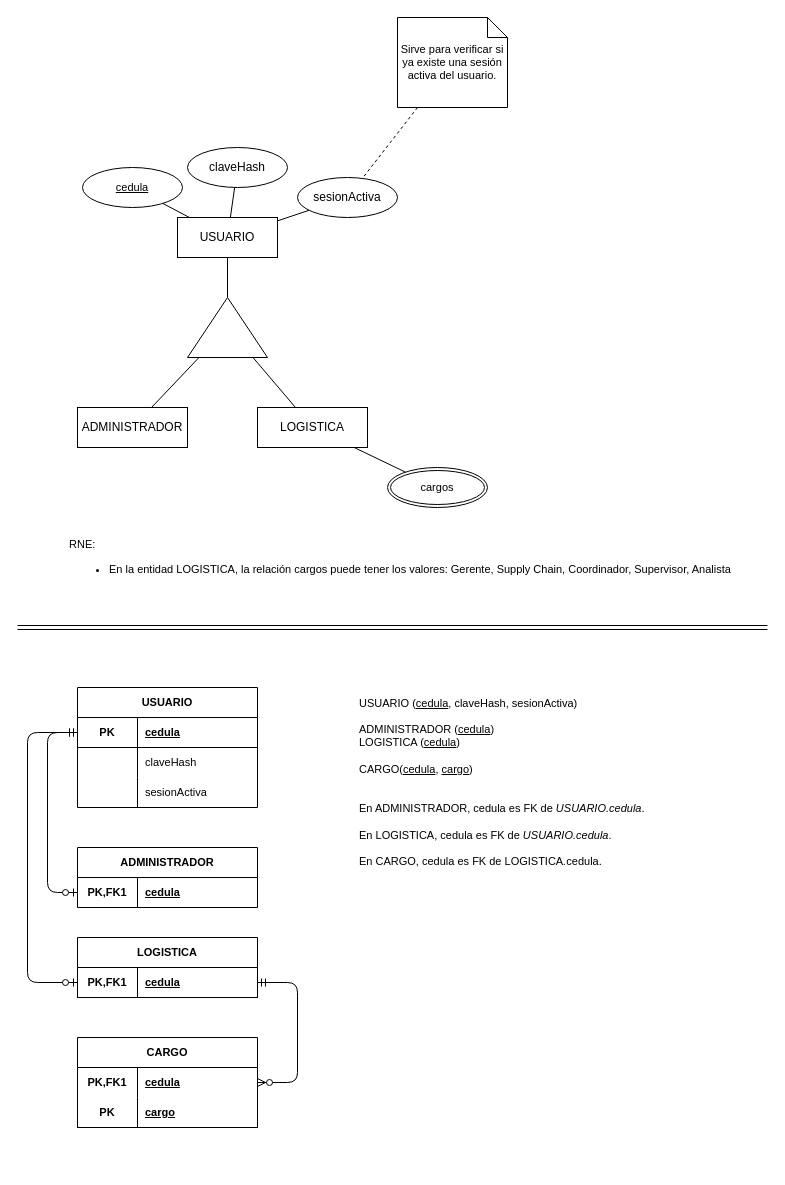
Above: docs/persistencia/login.drawio in sideW-Nico/sistema-elvis-tek (draw.io), before the change. Source tidied: cells renumbered, new cells numbered last; positions are measured from the earlier drawing's top-left corner, leaving out a move shared by most shapes. Both pictures are drawn from the tidied source at 100%, with x=0, y=0 at pixel (17, 17).
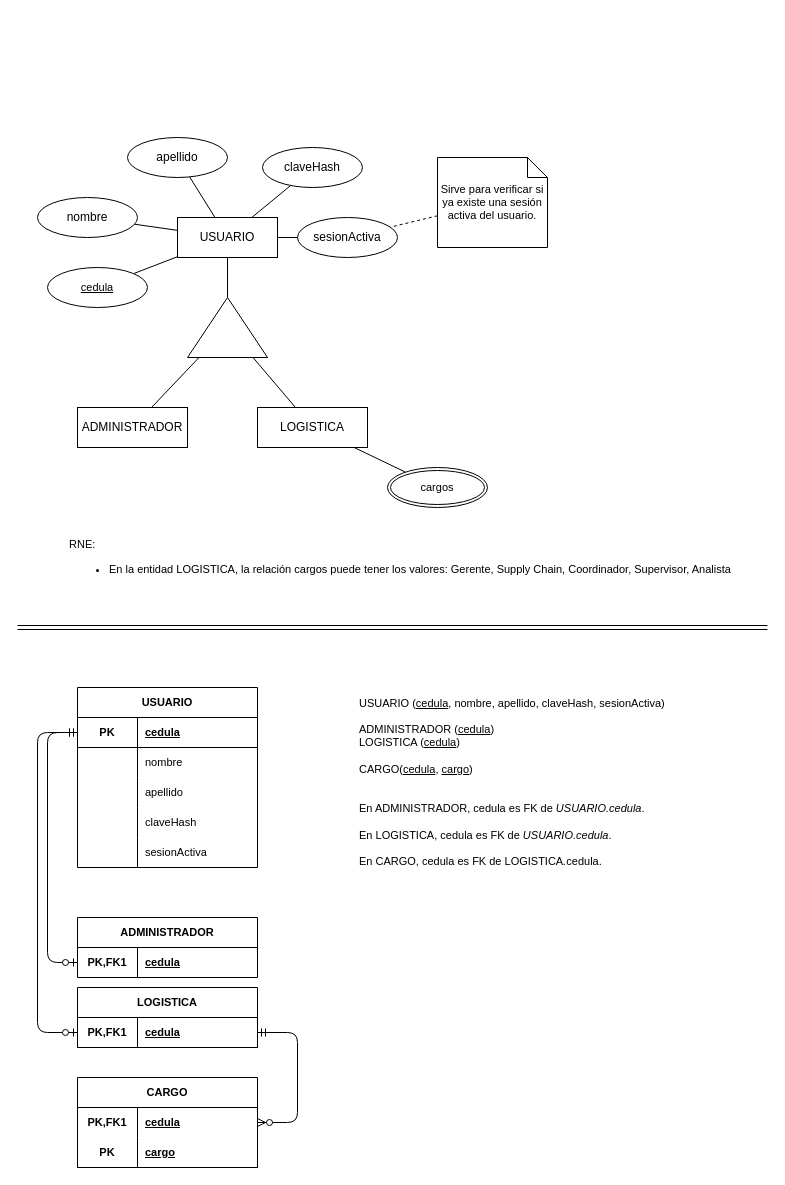
The same diagram, later.

Unchanged cells that the change refers to:
```xml
<mxCell id="5" value="USUARIO" style="whiteSpace=wrap;html=1;align=center;" parent="1" vertex="1">
  <mxGeometry x="160" y="200" width="100" height="40" as="geometry" />
</mxCell>
<mxCell id="23" style="shape=tableRow;horizontal=0;startSize=0;swimlaneHead=0;swimlaneBody=0;fillColor=none;points=[[0,0.5],[1,0.5]];portConstraint=eastwest;top=0;left=0;right=0;bottom=1;html=1;fontFamily=Helvetica;fontSize=11;fontColor=default;labelBackgroundColor=default;" parent="22" vertex="1">
  <mxGeometry y="30" width="180" height="30" as="geometry" />
</mxCell>
<mxCell id="33" style="shape=tableRow;horizontal=0;startSize=0;swimlaneHead=0;swimlaneBody=0;fillColor=none;points=[[0,0.5],[1,0.5]];portConstraint=eastwest;top=0;left=0;right=0;bottom=0;html=1;fontFamily=Helvetica;fontSize=11;fontColor=default;labelBackgroundColor=default;" parent="32" vertex="1">
  <mxGeometry y="30" width="180" height="30" as="geometry" />
</mxCell>
<mxCell id="37" style="shape=tableRow;horizontal=0;startSize=0;swimlaneHead=0;swimlaneBody=0;fillColor=none;points=[[0,0.5],[1,0.5]];portConstraint=eastwest;top=0;left=0;right=0;bottom=0;html=1;fontFamily=Helvetica;fontSize=11;fontColor=default;labelBackgroundColor=default;" parent="36" vertex="1">
  <mxGeometry y="30" width="180" height="30" as="geometry" />
</mxCell>
<mxCell id="44" style="shape=tableRow;horizontal=0;startSize=0;swimlaneHead=0;swimlaneBody=0;fillColor=none;points=[[0,0.5],[1,0.5]];portConstraint=eastwest;top=0;left=0;right=0;bottom=1;html=1;fontFamily=Helvetica;fontSize=11;fontColor=default;labelBackgroundColor=default;" parent="43" vertex="1">
  <mxGeometry y="30" width="180" height="30" as="geometry" />
</mxCell>
```

Diff of the diagram source:
```diff
@@
+    <mxCell id="50" style="edgeStyle=none;html=1;endArrow=none;endFill=0;" parent="1" edge="1" source="5" target="58">
+      <mxGeometry relative="1" as="geometry" />
+    </mxCell>
+    <mxCell id="51" style="edgeStyle=none;shape=connector;rounded=1;html=1;strokeColor=default;align=center;verticalAlign=middle;fontFamily=Helvetica;fontSize=11;fontColor=default;labelBackgroundColor=default;endArrow=none;endFill=0;" parent="1" edge="1" source="5" target="59">
+      <mxGeometry relative="1" as="geometry" />
+    </mxCell>
@@
     <mxCell id="6" value="claveHash" style="ellipse;whiteSpace=wrap;html=1;align=center;" parent="1" vertex="1">
-      <mxGeometry x="170" y="130" width="100" height="40" as="geometry" />
+      <mxGeometry x="245" y="130" width="100" height="40" as="geometry" />
     </mxCell>
     <mxCell id="7" value="cedula" style="ellipse;whiteSpace=wrap;html=1;align=center;fontStyle=4;fontFamily=Helvetica;fontSize=11;fontColor=default;labelBackgroundColor=default;" parent="1" vertex="1">
-      <mxGeometry x="65" y="150" width="100" height="40" as="geometry" />
+      <mxGeometry x="30" y="250" width="100" height="40" as="geometry" />
     </mxCell>
@@
     <mxCell id="16" value="sesionActiva" style="ellipse;whiteSpace=wrap;html=1;align=center;" parent="1" vertex="1">
-      <mxGeometry x="280" y="160" width="100" height="40" as="geometry" />
+      <mxGeometry x="280" y="200" width="100" height="40" as="geometry" />
     </mxCell>
@@
     <mxCell id="18" value="Sirve para verificar si ya existe una sesión activa del usuario." style="shape=note;size=20;whiteSpace=wrap;html=1;fontFamily=Helvetica;fontSize=11;fontColor=default;labelBackgroundColor=default;" parent="1" vertex="1">
-      <mxGeometry x="380" width="110" height="90" as="geometry" />
+      <mxGeometry x="420" y="140" width="110" height="90" as="geometry" />
     </mxCell>
-    <mxCell id="19" value="&lt;font style=&quot;&quot;&gt;USUARIO (&lt;u&gt;cedula&lt;/u&gt;, claveHash, sesionActiva)&lt;/font&gt;&lt;div&gt;&lt;font style=&quot;&quot;&gt;&lt;br&gt;&lt;/font&gt;&lt;/div&gt;&lt;div&gt;&lt;font style=&quot;&quot;&gt;ADMINISTRADOR (&lt;u&gt;cedula&lt;/u&gt;)&lt;/font&gt;&lt;/div&gt;&lt;div&gt;&lt;font style=&quot;&quot;&gt;&lt;span style=&quot;&quot;&gt;LOGISTICA (&lt;/span&gt;&lt;u style=&quot;scrollbar-color: rgb(75, 75, 75) rgb(27, 29, 30);&quot;&gt;cedula&lt;/u&gt;&lt;span style=&quot;&quot;&gt;)&lt;/span&gt;&lt;/font&gt;&lt;/div&gt;&lt;div&gt;&lt;font style=&quot;&quot;&gt;&lt;span style=&quot;&quot;&gt;&lt;br&gt;&lt;/span&gt;&lt;/font&gt;&lt;/div&gt;&lt;div&gt;&lt;font style=&quot;&quot;&gt;CARGO(&lt;u&gt;cedula&lt;/u&gt;, &lt;u&gt;cargo&lt;/u&gt;)&lt;/font&gt;&lt;/div&gt;&lt;div&gt;&lt;br&gt;&lt;/div&gt;&lt;div&gt;&lt;font style=&quot;&quot;&gt;&lt;br&gt;&lt;/font&gt;&lt;/div&gt;&lt;div&gt;&lt;font style=&quot;&quot;&gt;En ADMINISTRADOR, cedula es FK de &lt;i&gt;USUARIO.cedula&lt;/i&gt;.&lt;/font&gt;&lt;/div&gt;&lt;div&gt;&lt;font style=&quot;&quot;&gt;&lt;br&gt;&lt;/font&gt;&lt;/div&gt;&lt;div&gt;&lt;font style=&quot;&quot;&gt;&lt;span style=&quot;&quot;&gt;En LOGISTICA, cedula es FK de &lt;/span&gt;&lt;i style=&quot;scrollbar-color: rgb(75, 75, 75) rgb(27, 29, 30);&quot;&gt;USUARIO.cedula&lt;/i&gt;&lt;span style=&quot;&quot;&gt;.&lt;/span&gt;&lt;/font&gt;&lt;/div&gt;&lt;div&gt;&lt;font style=&quot;&quot;&gt;&lt;span style=&quot;&quot;&gt;&lt;br&gt;&lt;/span&gt;&lt;/font&gt;&lt;/div&gt;&lt;div&gt;&lt;font style=&quot;&quot;&gt;&lt;span style=&quot;scrollbar-color: rgb(75, 75, 75) rgb(27, 29, 30);&quot;&gt;En CARGO,&amp;nbsp;&lt;span style=&quot;&quot;&gt;cedula &lt;/span&gt;es FK de&amp;nbsp;&lt;/span&gt;&lt;i style=&quot;scrollbar-color: rgb(75, 75, 75) rgb(27, 29, 30);&quot;&gt;&lt;span style=&quot;font-style: normal;&quot;&gt;LOGISTICA&lt;/span&gt;.&lt;/i&gt;&lt;span style=&quot;scrollbar-color: rgb(75, 75, 75) rgb(27, 29, 30);&quot;&gt;&lt;span style=&quot;&quot;&gt;cedula&lt;/span&gt;.&lt;/span&gt;&lt;span style=&quot;&quot;&gt;&lt;/span&gt;&lt;/font&gt;&lt;/div&gt;" style="text;html=1;align=left;verticalAlign=middle;strokeColor=none;fillColor=none;fontFamily=Helvetica;fontSize=11;fontColor=light-dark(#000000,#FFFFFF);labelBackgroundColor=default;" parent="1" vertex="1">
-      <mxGeometry x="340" y="670" width="310" height="190" as="geometry" />
+    <mxCell id="19" value="&lt;font style=&quot;&quot;&gt;USUARIO (&lt;u&gt;cedula&lt;/u&gt;, nombre, apellido, claveHash, sesionActiva)&lt;/font&gt;&lt;div&gt;&lt;font style=&quot;&quot;&gt;&lt;br&gt;&lt;/font&gt;&lt;/div&gt;&lt;div&gt;&lt;font style=&quot;&quot;&gt;ADMINISTRADOR (&lt;u&gt;cedula&lt;/u&gt;)&lt;/font&gt;&lt;/div&gt;&lt;div&gt;&lt;font style=&quot;&quot;&gt;&lt;span style=&quot;&quot;&gt;LOGISTICA (&lt;/span&gt;&lt;u style=&quot;scrollbar-color: rgb(75, 75, 75) rgb(27, 29, 30);&quot;&gt;cedula&lt;/u&gt;&lt;span style=&quot;&quot;&gt;)&lt;/span&gt;&lt;/font&gt;&lt;/div&gt;&lt;div&gt;&lt;font style=&quot;&quot;&gt;&lt;span style=&quot;&quot;&gt;&lt;br&gt;&lt;/span&gt;&lt;/font&gt;&lt;/div&gt;&lt;div&gt;&lt;font style=&quot;&quot;&gt;CARGO(&lt;u&gt;cedula&lt;/u&gt;, &lt;u&gt;cargo&lt;/u&gt;)&lt;/font&gt;&lt;/div&gt;&lt;div&gt;&lt;br&gt;&lt;/div&gt;&lt;div&gt;&lt;font style=&quot;&quot;&gt;&lt;br&gt;&lt;/font&gt;&lt;/div&gt;&lt;div&gt;&lt;font style=&quot;&quot;&gt;En ADMINISTRADOR, cedula es FK de &lt;i&gt;USUARIO.cedula&lt;/i&gt;.&lt;/font&gt;&lt;/div&gt;&lt;div&gt;&lt;font style=&quot;&quot;&gt;&lt;br&gt;&lt;/font&gt;&lt;/div&gt;&lt;div&gt;&lt;font style=&quot;&quot;&gt;&lt;span style=&quot;&quot;&gt;En LOGISTICA, cedula es FK de &lt;/span&gt;&lt;i style=&quot;scrollbar-color: rgb(75, 75, 75) rgb(27, 29, 30);&quot;&gt;USUARIO.cedula&lt;/i&gt;&lt;span style=&quot;&quot;&gt;.&lt;/span&gt;&lt;/font&gt;&lt;/div&gt;&lt;div&gt;&lt;font style=&quot;&quot;&gt;&lt;span style=&quot;&quot;&gt;&lt;br&gt;&lt;/span&gt;&lt;/font&gt;&lt;/div&gt;&lt;div&gt;&lt;font style=&quot;&quot;&gt;&lt;span style=&quot;scrollbar-color: rgb(75, 75, 75) rgb(27, 29, 30);&quot;&gt;En CARGO,&amp;nbsp;&lt;span style=&quot;&quot;&gt;cedula &lt;/span&gt;es FK de&amp;nbsp;&lt;/span&gt;&lt;i style=&quot;scrollbar-color: rgb(75, 75, 75) rgb(27, 29, 30);&quot;&gt;&lt;span style=&quot;font-style: normal;&quot;&gt;LOGISTICA&lt;/span&gt;.&lt;/i&gt;&lt;span style=&quot;scrollbar-color: rgb(75, 75, 75) rgb(27, 29, 30);&quot;&gt;&lt;span style=&quot;&quot;&gt;cedula&lt;/span&gt;.&lt;/span&gt;&lt;span style=&quot;&quot;&gt;&lt;/span&gt;&lt;/font&gt;&lt;/div&gt;" style="text;html=1;align=left;verticalAlign=middle;strokeColor=none;fillColor=none;fontFamily=Helvetica;fontSize=11;fontColor=light-dark(#000000,#FFFFFF);labelBackgroundColor=default;" parent="1" vertex="1">
+      <mxGeometry x="340" y="670" width="330" height="190" as="geometry" />
     </mxCell>
@@
     <mxCell id="22" value="USUARIO" style="shape=table;startSize=30;childLayout=tableLayout;rowLines=0;fontStyle=1;align=center;html=1;whiteSpace=wrap;fontFamily=Helvetica;fontSize=11;fontColor=default;labelBackgroundColor=default;" parent="1" vertex="1">
-      <mxGeometry x="60" y="670" width="180" height="120" as="geometry" />
+      <mxGeometry x="60" y="670" width="180" height="180" as="geometry" />
     </mxCell>
@@
+    <mxCell id="29" style="shape=tableRow;horizontal=0;startSize=0;swimlaneHead=0;swimlaneBody=0;fillColor=none;top=0;left=0;right=0;bottom=0;html=1;fontFamily=Helvetica;fontSize=11;fontColor=default;labelBackgroundColor=default;" parent="22" vertex="1">
+      <mxGeometry y="60" width="180" height="30" as="geometry" />
+    </mxCell>
+    <mxCell id="30" style="shape=partialRectangle;fillColor=none;top=0;left=0;bottom=0;right=0;overflow=hidden;html=1;whiteSpace=wrap;fontFamily=Helvetica;fontSize=11;fontColor=default;labelBackgroundColor=default;" parent="29" vertex="1">
+      <mxGeometry width="60" height="30" as="geometry" />
+    </mxCell>
+    <mxCell id="31" value="nombre" style="shape=partialRectangle;fillColor=none;top=0;left=0;bottom=0;right=0;align=left;spacingLeft=6;overflow=hidden;html=1;whiteSpace=wrap;fontFamily=Helvetica;fontSize=11;fontColor=default;labelBackgroundColor=default;" parent="29" vertex="1">
+      <mxGeometry x="60" width="120" height="30" as="geometry" />
+    </mxCell>
+    <mxCell id="52" style="shape=tableRow;horizontal=0;startSize=0;swimlaneHead=0;swimlaneBody=0;fillColor=none;top=0;left=0;right=0;bottom=0;html=1;fontFamily=Helvetica;fontSize=11;fontColor=default;labelBackgroundColor=default;" parent="22" vertex="1">
+      <mxGeometry y="90" width="180" height="30" as="geometry" />
+    </mxCell>
+    <mxCell id="53" style="shape=partialRectangle;fillColor=none;top=0;left=0;bottom=0;right=0;overflow=hidden;html=1;whiteSpace=wrap;fontFamily=Helvetica;fontSize=11;fontColor=default;labelBackgroundColor=default;" parent="52" vertex="1">
+      <mxGeometry width="60" height="30" as="geometry" />
+    </mxCell>
+    <mxCell id="54" value="apellido" style="shape=partialRectangle;fillColor=none;top=0;left=0;bottom=0;right=0;align=left;spacingLeft=6;overflow=hidden;html=1;whiteSpace=wrap;fontFamily=Helvetica;fontSize=11;fontColor=default;labelBackgroundColor=default;" parent="52" vertex="1">
+      <mxGeometry x="60" width="120" height="30" as="geometry" />
+    </mxCell>
     <mxCell id="26" style="shape=tableRow;horizontal=0;startSize=0;swimlaneHead=0;swimlaneBody=0;fillColor=none;top=0;left=0;right=0;bottom=0;html=1;fontFamily=Helvetica;fontSize=11;fontColor=default;labelBackgroundColor=default;" parent="22" vertex="1">
-      <mxGeometry y="60" width="180" height="30" as="geometry" />
+      <mxGeometry y="120" width="180" height="30" as="geometry" />
     </mxCell>
@@
-    <mxCell id="29" style="shape=tableRow;horizontal=0;startSize=0;swimlaneHead=0;swimlaneBody=0;fillColor=none;top=0;left=0;right=0;bottom=0;html=1;fontFamily=Helvetica;fontSize=11;fontColor=default;labelBackgroundColor=default;" parent="22" vertex="1">
-      <mxGeometry y="90" width="180" height="30" as="geometry" />
-    </mxCell>
-    <mxCell id="30" style="shape=partialRectangle;fillColor=none;top=0;left=0;bottom=0;right=0;overflow=hidden;html=1;whiteSpace=wrap;fontFamily=Helvetica;fontSize=11;fontColor=default;labelBackgroundColor=default;" parent="29" vertex="1">
-      <mxGeometry width="60" height="30" as="geometry" />
-    </mxCell>
-    <mxCell id="31" value="sesionActiva" style="shape=partialRectangle;fillColor=none;top=0;left=0;bottom=0;right=0;align=left;spacingLeft=6;overflow=hidden;html=1;whiteSpace=wrap;fontFamily=Helvetica;fontSize=11;fontColor=default;labelBackgroundColor=default;" parent="29" vertex="1">
-      <mxGeometry x="60" width="120" height="30" as="geometry" />
-    </mxCell>
+    <mxCell id="55" style="shape=tableRow;horizontal=0;startSize=0;swimlaneHead=0;swimlaneBody=0;fillColor=none;top=0;left=0;right=0;bottom=0;html=1;fontFamily=Helvetica;fontSize=11;fontColor=default;labelBackgroundColor=default;" parent="22" vertex="1">
+      <mxGeometry y="150" width="180" height="30" as="geometry" />
+    </mxCell>
+    <mxCell id="56" style="shape=partialRectangle;fillColor=none;top=0;left=0;bottom=0;right=0;overflow=hidden;html=1;whiteSpace=wrap;fontFamily=Helvetica;fontSize=11;fontColor=default;labelBackgroundColor=default;" parent="55" vertex="1">
+      <mxGeometry width="60" height="30" as="geometry" />
+    </mxCell>
+    <mxCell id="57" value="sesionActiva" style="shape=partialRectangle;fillColor=none;top=0;left=0;bottom=0;right=0;align=left;spacingLeft=6;overflow=hidden;html=1;whiteSpace=wrap;fontFamily=Helvetica;fontSize=11;fontColor=default;labelBackgroundColor=default;" parent="55" vertex="1">
+      <mxGeometry x="60" width="120" height="30" as="geometry" />
+    </mxCell>
     <mxCell id="32" value="ADMINISTRADOR" style="shape=table;startSize=30;childLayout=tableLayout;rowLines=0;fontStyle=1;align=center;html=1;whiteSpace=wrap;fontFamily=Helvetica;fontSize=11;fontColor=default;labelBackgroundColor=default;" parent="1" vertex="1">
-      <mxGeometry x="60" y="830" width="180" height="60" as="geometry" />
+      <mxGeometry x="60" y="900" width="180" height="60" as="geometry" />
     </mxCell>
@@
     <mxCell id="36" value="CARGO" style="shape=table;startSize=30;childLayout=tableLayout;rowLines=0;fontStyle=1;align=center;html=1;whiteSpace=wrap;fontFamily=Helvetica;fontSize=11;fontColor=default;labelBackgroundColor=default;" parent="1" vertex="1">
-      <mxGeometry x="60" y="1020" width="180" height="90" as="geometry" />
+      <mxGeometry x="60" y="1060" width="180" height="90" as="geometry" />
     </mxCell>
@@
     <mxCell id="43" value="LOGISTICA" style="shape=table;startSize=30;childLayout=tableLayout;rowLines=0;fontStyle=1;align=center;html=1;whiteSpace=wrap;fontFamily=Helvetica;fontSize=11;fontColor=default;labelBackgroundColor=default;" parent="1" vertex="1">
-      <mxGeometry x="60" y="920" width="180" height="60" as="geometry" />
+      <mxGeometry x="60" y="970" width="180" height="60" as="geometry" />
     </mxCell>
@@
     <mxCell id="47" style="edgeStyle=orthogonalEdgeStyle;fontSize=12;html=1;endArrow=ERzeroToOne;startArrow=ERmandOne;rounded=1;strokeColor=default;align=center;verticalAlign=middle;fontFamily=Helvetica;fontColor=default;labelBackgroundColor=default;exitX=0;exitY=0.5;exitDx=0;exitDy=0;entryX=0;entryY=0.5;entryDx=0;entryDy=0;" parent="1" edge="1" source="23" target="33">
       <mxGeometry relative="1" as="geometry">
         <Array as="points">
           <mxPoint x="30" y="715" />
-          <mxPoint x="30" y="875" />
+          <mxPoint x="30" y="945" />
         </Array>
       </mxGeometry>
     </mxCell>
     <mxCell id="48" style="edgeStyle=orthogonalEdgeStyle;fontSize=12;html=1;endArrow=ERzeroToOne;startArrow=ERmandOne;rounded=1;strokeColor=default;align=center;verticalAlign=middle;fontFamily=Helvetica;fontColor=default;labelBackgroundColor=default;exitX=0;exitY=0.5;exitDx=0;exitDy=0;entryX=0;entryY=0.5;entryDx=0;entryDy=0;" parent="1" edge="1" source="23" target="44">
       <mxGeometry relative="1" as="geometry">
         <Array as="points">
-          <mxPoint x="10" y="715" />
-          <mxPoint x="10" y="965" />
+          <mxPoint x="20" y="715" />
+          <mxPoint x="20" y="1015" />
         </Array>
       </mxGeometry>
     </mxCell>
     <mxCell id="49" style="edgeStyle=orthogonalEdgeStyle;fontSize=12;html=1;endArrow=ERzeroToMany;startArrow=ERmandOne;rounded=1;strokeColor=default;align=center;verticalAlign=middle;fontFamily=Helvetica;fontColor=default;labelBackgroundColor=default;exitX=1;exitY=0.5;exitDx=0;exitDy=0;entryX=1;entryY=0.5;entryDx=0;entryDy=0;" parent="1" edge="1" source="44" target="37">
       <mxGeometry relative="1" as="geometry">
         <Array as="points">
-          <mxPoint x="280" y="965" />
-          <mxPoint x="280" y="1065" />
+          <mxPoint x="280" y="1015" />
+          <mxPoint x="280" y="1105" />
         </Array>
       </mxGeometry>
     </mxCell>
+    <mxCell id="58" value="nombre" style="ellipse;whiteSpace=wrap;html=1;align=center;" parent="1" vertex="1">
+      <mxGeometry x="20" y="180" width="100" height="40" as="geometry" />
+    </mxCell>
+    <mxCell id="59" value="apellido" style="ellipse;whiteSpace=wrap;html=1;align=center;" parent="1" vertex="1">
+      <mxGeometry x="110" y="120" width="100" height="40" as="geometry" />
+    </mxCell>
```
